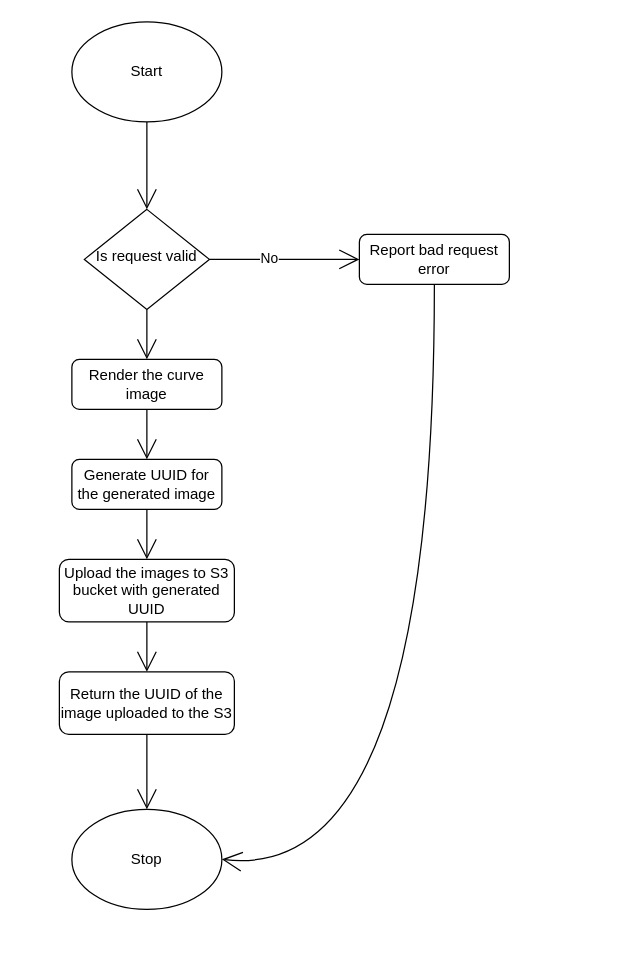
The draw.io diagram Untitled Diagram.drawio in roushanatlcci/testRepo, before the edit. Source tidied: cells renumbered, new cells numbered last; positions are measured from the earlier drawing's top-left corner, leaving out a move shared by most shapes. Both pictures are drawn from the tidied source at 125%, with x=0, y=0 at pixel (59, 21).
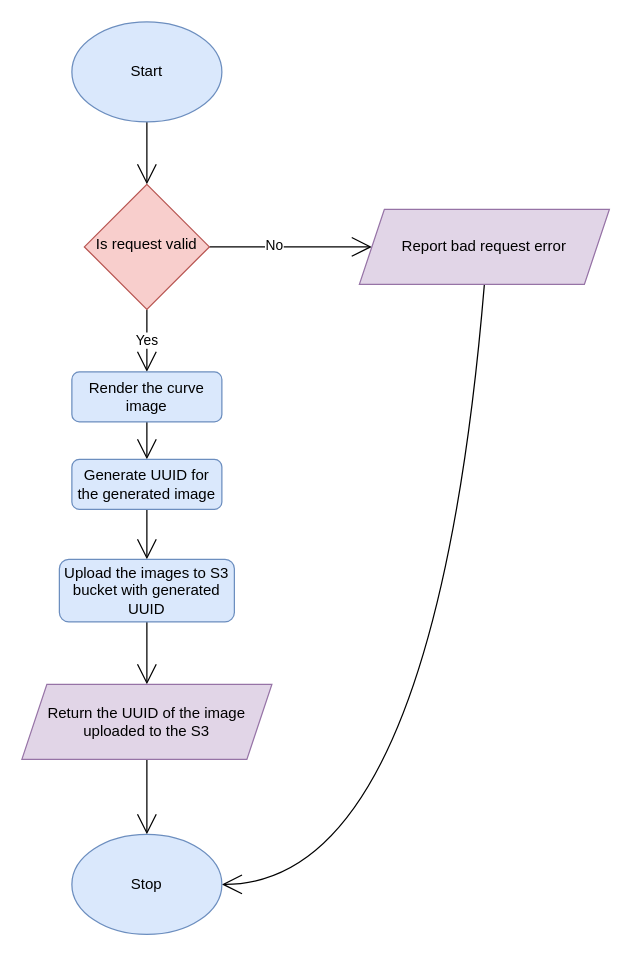
After the change.

The edit, as a diff of the source:
```diff
@@
-    <mxCell id="5" style="edgeStyle=none;curved=1;rounded=0;jettySize=auto;html=1;exitX=0.5;exitY=1;exitDx=0;exitDy=0;entryX=0.5;entryY=0;entryDx=0;entryDy=0;endArrow=open;startSize=14;endSize=14;sourcePerimeterSpacing=8;targetPerimeterSpacing=8;" parent="1" edge="1" source="6" target="10">
+    <mxCell id="5" value="Yes" style="edgeStyle=none;curved=1;rounded=0;jettySize=auto;html=1;exitX=0.5;exitY=1;exitDx=0;exitDy=0;entryX=0.5;entryY=0;entryDx=0;entryDy=0;endArrow=open;startSize=14;endSize=14;sourcePerimeterSpacing=8;targetPerimeterSpacing=8;" parent="1" edge="1" source="6" target="10">
       <mxGeometry relative="1" as="geometry" />
     </mxCell>
-    <mxCell id="6" value="Is request valid" style="rhombus;whiteSpace=wrap;html=1;shadow=0;fontFamily=Helvetica;fontSize=12;align=center;strokeWidth=1;spacing=6;spacingTop=-4;" parent="1" vertex="1">
-      <mxGeometry x="20" y="150" width="100" height="80" as="geometry" />
+    <mxCell id="6" value="Is request valid" style="rhombus;whiteSpace=wrap;html=1;shadow=0;fontFamily=Helvetica;fontSize=12;align=center;strokeWidth=1;spacing=6;spacingTop=-4;fillColor=#f8cecc;strokeColor=#b85450;" parent="1" vertex="1">
+      <mxGeometry x="20" y="130" width="100" height="100" as="geometry" />
     </mxCell>
@@
-    <mxCell id="8" value="Report bad request error" style="rounded=1;whiteSpace=wrap;html=1;fontSize=12;glass=0;strokeWidth=1;shadow=0;" parent="1" vertex="1">
-      <mxGeometry x="240" y="170" width="120" height="40" as="geometry" />
-    </mxCell>
@@
-    <mxCell id="10" value="Render the curve image" style="rounded=1;whiteSpace=wrap;html=1;fontSize=12;glass=0;strokeWidth=1;shadow=0;" parent="1" vertex="1">
-      <mxGeometry x="10" y="270" width="120" height="40" as="geometry" />
+    <mxCell id="10" value="Render the curve image" style="rounded=1;whiteSpace=wrap;html=1;fontSize=12;glass=0;strokeWidth=1;shadow=0;fillColor=#dae8fc;strokeColor=#6c8ebf;" parent="1" vertex="1">
+      <mxGeometry x="10" y="280" width="120" height="40" as="geometry" />
     </mxCell>
@@
-    <mxCell id="12" value="Generate UUID for the generated image" style="rounded=1;whiteSpace=wrap;html=1;fontSize=12;glass=0;strokeWidth=1;shadow=0;" parent="1" vertex="1">
+    <mxCell id="12" value="Generate UUID for the generated image" style="rounded=1;whiteSpace=wrap;html=1;fontSize=12;glass=0;strokeWidth=1;shadow=0;fillColor=#dae8fc;strokeColor=#6c8ebf;" parent="1" vertex="1">
       <mxGeometry x="10" y="350" width="120" height="40" as="geometry" />
     </mxCell>
@@
-    <mxCell id="14" value="Upload the images to S3 bucket with generated UUID" style="rounded=1;whiteSpace=wrap;html=1;fontSize=12;glass=0;strokeWidth=1;shadow=0;" parent="1" vertex="1">
+    <mxCell id="14" value="Upload the images to S3 bucket with generated UUID" style="rounded=1;whiteSpace=wrap;html=1;fontSize=12;glass=0;strokeWidth=1;shadow=0;fillColor=#dae8fc;strokeColor=#6c8ebf;" parent="1" vertex="1">
       <mxGeometry y="430" width="140" height="50" as="geometry" />
     </mxCell>
@@
-    <mxCell id="16" value="Return the UUID of the image uploaded to the S3" style="rounded=1;whiteSpace=wrap;html=1;fontSize=12;glass=0;strokeWidth=1;shadow=0;" parent="1" vertex="1">
-      <mxGeometry y="520" width="140" height="50" as="geometry" />
-    </mxCell>
-    <mxCell id="17" value="Start" style="ellipse;whiteSpace=wrap;html=1;hachureGap=4;" parent="1" vertex="1">
+    <mxCell id="17" value="Start" style="ellipse;whiteSpace=wrap;html=1;hachureGap=4;fillColor=#dae8fc;strokeColor=#6c8ebf;" parent="1" vertex="1">
       <mxGeometry x="10" width="120" height="80" as="geometry" />
     </mxCell>
-    <mxCell id="18" value="Stop" style="ellipse;whiteSpace=wrap;html=1;hachureGap=4;" parent="1" vertex="1">
-      <mxGeometry x="10" y="630" width="120" height="80" as="geometry" />
+    <mxCell id="18" value="Stop" style="ellipse;whiteSpace=wrap;html=1;hachureGap=4;fillColor=#dae8fc;strokeColor=#6c8ebf;" parent="1" vertex="1">
+      <mxGeometry x="10" y="650" width="120" height="80" as="geometry" />
     </mxCell>
+    <mxCell id="16" value="&lt;span&gt;Return the UUID of the image uploaded to the S3&lt;/span&gt;" style="shape=parallelogram;perimeter=parallelogramPerimeter;whiteSpace=wrap;html=1;fixedSize=1;hachureGap=4;fillColor=#e1d5e7;strokeColor=#9673a6;" parent="1" vertex="1">
+      <mxGeometry x="-30" y="530" width="200" height="60" as="geometry" />
+    </mxCell>
+    <mxCell id="8" value="Report bad request error" style="shape=parallelogram;perimeter=parallelogramPerimeter;whiteSpace=wrap;html=1;fixedSize=1;hachureGap=4;fillColor=#e1d5e7;strokeColor=#9673a6;" parent="1" vertex="1">
+      <mxGeometry x="240" y="150" width="200" height="60" as="geometry" />
+    </mxCell>
```
